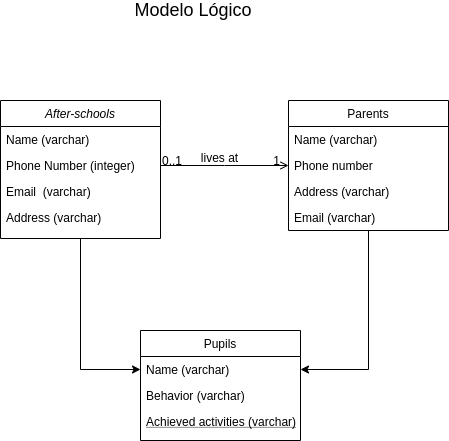
Before: logic_diagram.png, a diagram exported from draw.io (jonathan-mdl/after_school). Source tidied: cells renumbered, new cells last; positions are measured from the earlier drawing's top-left corner, leaving out a move shared by most shapes.
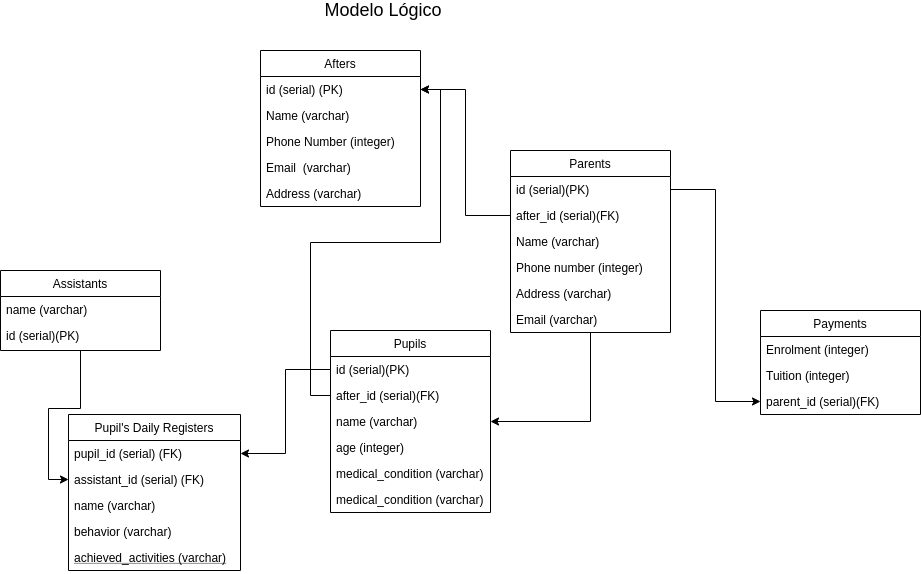
After the commit.

Commit message:
first update of diagrams and trello

What changed in the source:
```diff
@@ -2,76 +2,125 @@
   <root>
     <mxCell id="0" />
     <mxCell id="1" parent="0" />
-    <mxCell id="2" style="edgeStyle=orthogonalEdgeStyle;rounded=0;jettySize=auto;html=1;" parent="1" edge="1" source="3" target="9">
-      <mxGeometry relative="1" as="geometry" />
-    </mxCell>
-    <mxCell id="3" value="After-schools" style="swimlane;fontStyle=2;align=center;verticalAlign=top;horizontal=1;startSize=26;rounded=0;shadow=0;strokeWidth=1;" parent="1" vertex="1">
-      <mxGeometry y="100" width="160" height="138" as="geometry" />
+    <mxCell id="3" value="Afters" style="swimlane;fontStyle=0;align=center;verticalAlign=top;horizontal=1;startSize=26;rounded=0;shadow=0;strokeWidth=1;" parent="1" vertex="1">
+      <mxGeometry x="70" y="50" width="160" height="156" as="geometry" />
     </mxCell>
-    <mxCell id="4" value="Name (varchar)" style="text;align=left;verticalAlign=top;spacingLeft=4;spacingRight=4;overflow=hidden;points=[[0,0.5],[1,0.5]];portConstraint=eastwest;" parent="3" vertex="1">
+    <mxCell id="4" value="id (serial) (PK)" style="text;align=left;verticalAlign=top;spacingLeft=4;spacingRight=4;overflow=hidden;points=[[0,0.5],[1,0.5]];portConstraint=eastwest;" parent="3" vertex="1">
       <mxGeometry y="26" width="160" height="26" as="geometry" />
     </mxCell>
+    <mxCell id="23" value="Name (varchar)" style="text;align=left;verticalAlign=top;spacingLeft=4;spacingRight=4;overflow=hidden;" parent="3" vertex="1">
+      <mxGeometry y="52" width="160" height="26" as="geometry" />
+    </mxCell>
     <mxCell id="5" value="Phone Number (integer)" style="text;align=left;verticalAlign=top;spacingLeft=4;spacingRight=4;overflow=hidden;rounded=0;shadow=0;html=0;" parent="3" vertex="1">
-      <mxGeometry y="52" width="160" height="26" as="geometry" />
+      <mxGeometry y="78" width="160" height="26" as="geometry" />
     </mxCell>
     <mxCell id="6" value="Email  (varchar)" style="text;align=left;verticalAlign=top;spacingLeft=4;spacingRight=4;overflow=hidden;rounded=0;shadow=0;html=0;" parent="3" vertex="1">
-      <mxGeometry y="78" width="160" height="26" as="geometry" />
+      <mxGeometry y="104" width="160" height="26" as="geometry" />
     </mxCell>
     <mxCell id="7" value="Address (varchar)&#10;" style="text;align=left;verticalAlign=top;spacingLeft=4;spacingRight=4;overflow=hidden;" parent="3" vertex="1">
-      <mxGeometry y="104" width="160" height="26" as="geometry" />
+      <mxGeometry y="130" width="160" height="26" as="geometry" />
     </mxCell>
+    <mxCell id="24" style="edgeStyle=orthogonalEdgeStyle;rounded=0;jettySize=auto;html=1;" parent="1" edge="1" source="10" target="30">
+      <mxGeometry relative="1" as="geometry" />
+    </mxCell>
     <mxCell id="8" value="Pupils" style="swimlane;fontStyle=0;align=center;verticalAlign=top;horizontal=1;startSize=26;rounded=0;shadow=0;strokeWidth=1;" parent="1" vertex="1">
-      <mxGeometry x="140" y="330" width="160" height="110" as="geometry" />
+      <mxGeometry x="140" y="330" width="160" height="182" as="geometry" />
     </mxCell>
+    <mxCell id="10" value="id (serial)(PK)" style="text;align=left;verticalAlign=top;spacingLeft=4;spacingRight=4;overflow=hidden;points=[[0,0.5],[1,0.5]];portConstraint=eastwest;rounded=0;shadow=0;html=0;" parent="8" vertex="1">
+      <mxGeometry y="26" width="160" height="26" as="geometry" />
+    </mxCell>
+    <mxCell id="25" value="after_id (serial)(FK)" style="text;align=left;verticalAlign=top;spacingLeft=4;spacingRight=4;overflow=hidden;points=[[0,0.5],[1,0.5]];portConstraint=eastwest;rounded=0;shadow=0;html=0;" parent="8" vertex="1">
+      <mxGeometry y="52" width="160" height="26" as="geometry" />
+    </mxCell>
-    <mxCell id="9" value="Name (varchar)" style="text;align=left;verticalAlign=top;spacingLeft=4;spacingRight=4;overflow=hidden;points=[[0,0.5],[1,0.5]];portConstraint=eastwest;" parent="8" vertex="1">
-      <mxGeometry y="26" width="160" height="26" as="geometry" />
+    <mxCell id="9" value="name (varchar)" style="text;align=left;verticalAlign=top;spacingLeft=4;spacingRight=4;overflow=hidden;points=[[0,0.5],[1,0.5]];portConstraint=eastwest;" parent="8" vertex="1">
+      <mxGeometry y="78" width="160" height="26" as="geometry" />
     </mxCell>
-    <mxCell id="10" value="Behavior (varchar)" style="text;align=left;verticalAlign=top;spacingLeft=4;spacingRight=4;overflow=hidden;points=[[0,0.5],[1,0.5]];portConstraint=eastwest;rounded=0;shadow=0;html=0;" parent="8" vertex="1">
-      <mxGeometry y="52" width="160" height="26" as="geometry" />
-    </mxCell>
-    <mxCell id="11" value="Achieved activities (varchar)" style="text;align=left;verticalAlign=top;spacingLeft=4;spacingRight=4;overflow=hidden;fontStyle=4;" parent="8" vertex="1">
-      <mxGeometry y="78" width="160" height="26" as="geometry" />
-    </mxCell>
+    <mxCell id="26" value="age (integer)" style="text;align=left;verticalAlign=top;spacingLeft=4;spacingRight=4;overflow=hidden;rounded=0;shadow=0;html=0;" parent="8" vertex="1">
+      <mxGeometry y="104" width="160" height="26" as="geometry" />
+    </mxCell>
+    <mxCell id="27" value="medical_condition (varchar)" style="text;align=left;verticalAlign=top;spacingLeft=4;spacingRight=4;overflow=hidden;rounded=0;shadow=0;html=0;" parent="8" vertex="1">
+      <mxGeometry y="130" width="160" height="26" as="geometry" />
+    </mxCell>
+    <mxCell id="28" value="medical_condition (varchar)" style="text;align=left;verticalAlign=top;spacingLeft=4;spacingRight=4;overflow=hidden;rounded=0;shadow=0;html=0;" parent="8" vertex="1">
+      <mxGeometry y="156" width="160" height="26" as="geometry" />
+    </mxCell>
+    <mxCell id="29" value="Pupil's Daily Registers" style="swimlane;fontStyle=0;align=center;verticalAlign=top;horizontal=1;startSize=26;rounded=0;shadow=0;strokeWidth=1;" parent="1" vertex="1">
+      <mxGeometry x="-122" y="414" width="172" height="156" as="geometry" />
+    </mxCell>
+    <mxCell id="30" value="pupil_id (serial) (FK)" style="text;align=left;verticalAlign=top;spacingLeft=4;spacingRight=4;overflow=hidden;points=[[0,0.5],[1,0.5]];portConstraint=eastwest;rounded=0;shadow=0;html=0;" parent="29" vertex="1">
+      <mxGeometry y="26" width="172" height="26" as="geometry" />
+    </mxCell>
+    <mxCell id="31" value="assistant_id (serial) (FK)" style="text;align=left;verticalAlign=top;spacingLeft=4;spacingRight=4;overflow=hidden;points=[[0,0.5],[1,0.5]];portConstraint=eastwest;" parent="29" vertex="1">
+      <mxGeometry y="52" width="172" height="26" as="geometry" />
+    </mxCell>
+    <mxCell id="32" value="name (varchar)" style="text;align=left;verticalAlign=top;spacingLeft=4;spacingRight=4;overflow=hidden;" parent="29" vertex="1">
+      <mxGeometry y="78" width="172" height="26" as="geometry" />
+    </mxCell>
+    <mxCell id="33" value="behavior (varchar)" style="text;align=left;verticalAlign=top;spacingLeft=4;spacingRight=4;overflow=hidden;rounded=0;shadow=0;html=0;" parent="29" vertex="1">
+      <mxGeometry y="104" width="172" height="26" as="geometry" />
+    </mxCell>
+    <mxCell id="34" value="achieved_activities (varchar)" style="text;align=left;verticalAlign=top;spacingLeft=4;spacingRight=4;overflow=hidden;fontStyle=4;" parent="29" vertex="1">
+      <mxGeometry y="130" width="172" height="26" as="geometry" />
+    </mxCell>
+    <mxCell id="35" style="edgeStyle=orthogonalEdgeStyle;rounded=0;jettySize=auto;html=1;" parent="1" edge="1" source="36" target="31">
+      <mxGeometry relative="1" as="geometry" />
+    </mxCell>
+    <mxCell id="36" value="Assistants" style="swimlane;fontStyle=0;align=center;verticalAlign=top;horizontal=1;startSize=26;rounded=0;shadow=0;strokeWidth=1;" parent="1" vertex="1">
+      <mxGeometry x="-190" y="270" width="160" height="80" as="geometry" />
+    </mxCell>
+    <mxCell id="37" value="name (varchar)" style="text;align=left;verticalAlign=top;spacingLeft=4;spacingRight=4;overflow=hidden;" parent="36" vertex="1">
+      <mxGeometry y="26" width="160" height="26" as="geometry" />
+    </mxCell>
+    <mxCell id="38" value="id (serial)(PK)" style="text;align=left;verticalAlign=top;spacingLeft=4;spacingRight=4;overflow=hidden;rounded=0;shadow=0;html=0;" parent="36" vertex="1">
+      <mxGeometry y="52" width="160" height="26" as="geometry" />
+    </mxCell>
+    <mxCell id="39" value="Payments" style="swimlane;fontStyle=0;align=center;verticalAlign=top;horizontal=1;startSize=26;rounded=0;shadow=0;strokeWidth=1;" parent="1" vertex="1">
+      <mxGeometry x="570" y="310" width="160" height="104" as="geometry" />
+    </mxCell>
+    <mxCell id="40" value="Enrolment (integer)&#10;" style="text;align=left;verticalAlign=top;spacingLeft=4;spacingRight=4;overflow=hidden;" parent="39" vertex="1">
+      <mxGeometry y="26" width="160" height="26" as="geometry" />
+    </mxCell>
+    <mxCell id="41" value="Tuition (integer)&#10;" style="text;align=left;verticalAlign=top;spacingLeft=4;spacingRight=4;overflow=hidden;rounded=0;shadow=0;html=0;" parent="39" vertex="1">
+      <mxGeometry y="52" width="160" height="26" as="geometry" />
+    </mxCell>
+    <mxCell id="42" value="parent_id (serial)(FK)" style="text;align=left;verticalAlign=top;spacingLeft=4;spacingRight=4;overflow=hidden;points=[[0,0.5],[1,0.5]];portConstraint=eastwest;rounded=0;shadow=0;html=0;" parent="39" vertex="1">
+      <mxGeometry y="78" width="160" height="26" as="geometry" />
+    </mxCell>
     <mxCell id="12" style="edgeStyle=orthogonalEdgeStyle;rounded=0;jettySize=auto;html=1;" parent="1" edge="1" source="13" target="9">
       <mxGeometry relative="1" as="geometry" />
     </mxCell>
+    <mxCell id="43" style="edgeStyle=orthogonalEdgeStyle;rounded=0;jettySize=auto;html=1;" parent="1" edge="1" source="14" target="42">
+      <mxGeometry relative="1" as="geometry" />
+    </mxCell>
     <mxCell id="13" value="Parents" style="swimlane;fontStyle=0;align=center;verticalAlign=top;horizontal=1;startSize=26;rounded=0;shadow=0;strokeWidth=1;" parent="1" vertex="1">
-      <mxGeometry x="288" y="100" width="160" height="130" as="geometry" />
+      <mxGeometry x="320" y="150" width="160" height="182" as="geometry" />
     </mxCell>
-    <mxCell id="14" value="Name (varchar)&#10;" style="text;align=left;verticalAlign=top;spacingLeft=4;spacingRight=4;overflow=hidden;points=[[0,0.5],[1,0.5]];portConstraint=eastwest;rounded=0;shadow=0;html=0;" parent="13" vertex="1">
+    <mxCell id="14" value="id (serial)(PK)" style="text;align=left;verticalAlign=top;spacingLeft=4;spacingRight=4;overflow=hidden;points=[[0,0.5],[1,0.5]];portConstraint=eastwest;rounded=0;shadow=0;html=0;" parent="13" vertex="1">
       <mxGeometry y="26" width="160" height="26" as="geometry" />
     </mxCell>
+    <mxCell id="44" value="after_id (serial)(FK)" style="text;align=left;verticalAlign=top;spacingLeft=4;spacingRight=4;overflow=hidden;points=[[0,0.5],[1,0.5]];portConstraint=eastwest;rounded=0;shadow=0;html=0;" parent="13" vertex="1">
+      <mxGeometry y="52" width="160" height="26" as="geometry" />
+    </mxCell>
+    <mxCell id="45" value="Name (varchar)&#10;" style="text;align=left;verticalAlign=top;spacingLeft=4;spacingRight=4;overflow=hidden;rounded=0;shadow=0;html=0;" parent="13" vertex="1">
+      <mxGeometry y="78" width="160" height="26" as="geometry" />
+    </mxCell>
-    <mxCell id="15" value="Phone number" style="text;align=left;verticalAlign=top;spacingLeft=4;spacingRight=4;overflow=hidden;rounded=0;shadow=0;html=0;" parent="13" vertex="1">
-      <mxGeometry y="52" width="160" height="26" as="geometry" />
+    <mxCell id="15" value="Phone number (integer)" style="text;align=left;verticalAlign=top;spacingLeft=4;spacingRight=4;overflow=hidden;rounded=0;shadow=0;html=0;" parent="13" vertex="1">
+      <mxGeometry y="104" width="160" height="26" as="geometry" />
     </mxCell>
     <mxCell id="16" value="Address (varchar)" style="text;align=left;verticalAlign=top;spacingLeft=4;spacingRight=4;overflow=hidden;" parent="13" vertex="1">
-      <mxGeometry y="78" width="160" height="26" as="geometry" />
+      <mxGeometry y="130" width="160" height="26" as="geometry" />
     </mxCell>
     <mxCell id="17" value="Email (varchar)" style="text;align=left;verticalAlign=top;spacingLeft=4;spacingRight=4;overflow=hidden;" parent="13" vertex="1">
-      <mxGeometry y="104" width="160" height="26" as="geometry" />
+      <mxGeometry y="156" width="160" height="26" as="geometry" />
     </mxCell>
-    <mxCell id="18" style="endArrow=open;shadow=0;strokeWidth=1;strokeColor=#000000;rounded=0;endFill=1;edgeStyle=elbowEdgeStyle;elbow=vertical;" parent="1" edge="1" source="3" target="13">
-      <mxGeometry x="0.5" y="41" relative="1" as="geometry">
-        <mxPoint x="-40" y="32" as="offset" />
-      </mxGeometry>
-    </mxCell>
-    <mxCell id="19" value="0..1" style="align=left;verticalAlign=bottom;labelBackgroundColor=none;fontSize=12;" parent="18" vertex="1">
-      <mxGeometry x="-1" relative="1" as="geometry">
-        <mxPoint y="4" as="offset" />
-      </mxGeometry>
-    </mxCell>
-    <mxCell id="20" value="1" style="align=right;verticalAlign=bottom;labelBackgroundColor=none;fontSize=12;" parent="18" vertex="1">
-      <mxGeometry x="1" relative="1" as="geometry">
-        <mxPoint x="-7" y="4" as="offset" />
-      </mxGeometry>
-    </mxCell>
-    <mxCell id="21" value="lives at" style="text;html=1;align=center;verticalAlign=middle;labelBackgroundColor=none;rounded=0;shadow=0;strokeWidth=1;fontSize=12;" parent="18" vertex="1">
-      <mxGeometry x="0.5" y="49" relative="1" as="geometry">
-        <mxPoint x="-38" y="40" as="offset" />
-      </mxGeometry>
-    </mxCell>
     <mxCell id="22" value="&lt;font style=&quot;font-size: 18px&quot;&gt;Modelo Lógico&lt;/font&gt;" style="text;html=1;strokeColor=none;fillColor=none;align=center;verticalAlign=middle;whiteSpace=wrap;rounded=0;" parent="1" vertex="1">
       <mxGeometry x="38" width="310" height="20" as="geometry" />
     </mxCell>
+    <mxCell id="46" style="edgeStyle=orthogonalEdgeStyle;rounded=0;jettySize=auto;html=1;" parent="1" edge="1" source="44" target="4">
+      <mxGeometry relative="1" as="geometry" />
+    </mxCell>
+    <mxCell id="2" style="edgeStyle=orthogonalEdgeStyle;rounded=0;jettySize=auto;html=1;" parent="1" edge="1" source="25" target="4">
+      <mxGeometry relative="1" as="geometry" />
+    </mxCell>
   </root>
 </mxGraphModel>
```
